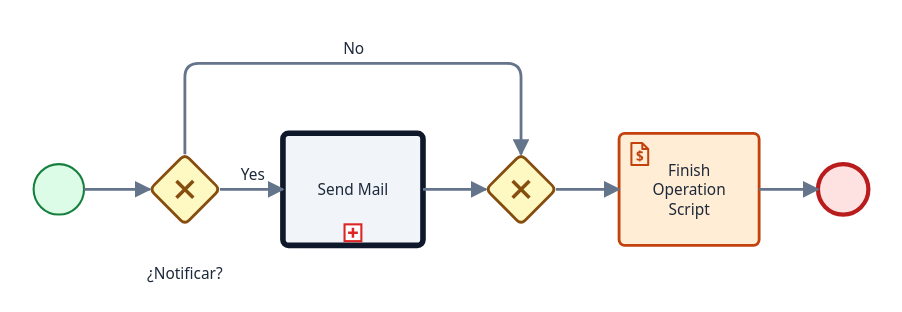
The BPMN diagram operations/134_Finish Operation Process.svg in acarvajalperez/bpmn-diagrams, before a commit. Its source is kept beside it as operations/134_Finish Operation Process.bpmn. Ids are renumbered.
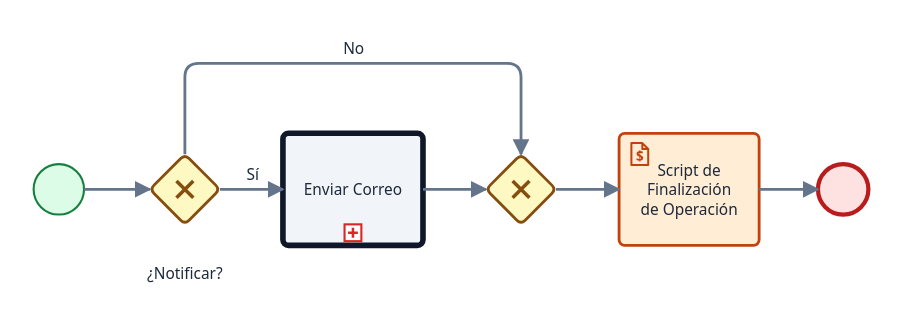
After the commit.

Change to the diagram source:
```diff
@@ -1,6 +1,6 @@
 <bpmn:definitions xmlns:bpmn="http://www.omg.org/spec/BPMN/20100524/MODEL" xmlns:bpmndi="http://www.omg.org/spec/BPMN/20100524/DI" xmlns:dc="http://www.omg.org/spec/DD/20100524/DC" xmlns:bioc="http://bpmn.io/schema/bpmn/biocolor/1.0" xmlns:color="http://www.omg.org/spec/BPMN/non-normative/color/1.0" xmlns:di="http://www.omg.org/spec/DD/20100524/DI" xmlns:zeebe="http://camunda.org/schema/zeebe/1.0" xmlns:xsi="http://www.w3.org/2001/XMLSchema-instance" xmlns:modeler="http://camunda.org/schema/modeler/1.0" id="Definitions_1" targetNamespace="http://bpmn.io/schema/bpmn" exporter="Camunda Modeler" exporterVersion="5.51.1" modeler:executionPlatform="Camunda Cloud" modeler:executionPlatformVersion="8.8.0">
   <bpmn:error id="Error_n1" name="EndOperationError" errorCode="1001" />
-  <bpmn:process id="process-finish-operation" name="Finish Operation Process" isExecutable="true">
+  <bpmn:process id="process-finish-operation" name="Proceso de Finalización de Operación" isExecutable="true">
     <bpmn:exclusiveGateway id="Gateway_n2" name="¿Notificar?">
       <bpmn:incoming>Flow_n3</bpmn:incoming>
       <bpmn:outgoing>Flow_n4</bpmn:outgoing>
@@ -17,7 +17,7 @@
       </bpmn:extensionElements>
       <bpmn:outgoing>Flow_n3</bpmn:outgoing>
     </bpmn:startEvent>
-    <bpmn:scriptTask id="finish-operation-script" name="Finish Operation Script">
+    <bpmn:scriptTask id="finish-operation-script" name="Script de Finalización de Operación">
       <bpmn:extensionElements>
         <zeebe:script expression="=true" resultVariable="salida" />
       </bpmn:extensionElements>
@@ -32,7 +32,7 @@
       <bpmn:extensionElements />
       <bpmn:conditionExpression xsi:type="bpmn:tFormalExpression">=notify_end_operation = false</bpmn:conditionExpression>
     </bpmn:sequenceFlow>
-    <bpmn:callActivity id="Activity_n12" name="Send Mail">
+    <bpmn:callActivity id="Activity_n12" name="Enviar Correo">
       <bpmn:extensionElements>
         <zeebe:calledElement processId="send-email-process" propagateAllChildVariables="false" propagateAllParentVariables="false" />
         <zeebe:ioMapping>
@@ -42,7 +42,7 @@
       <bpmn:incoming>Flow_n4</bpmn:incoming>
       <bpmn:outgoing>Flow_n11</bpmn:outgoing>
     </bpmn:callActivity>
-    <bpmn:sequenceFlow id="Flow_n4" name="Yes" sourceRef="Gateway_n2" targetRef="Activity_n12">
+    <bpmn:sequenceFlow id="Flow_n4" name="Sí" sourceRef="Gateway_n2" targetRef="Activity_n12">
       <bpmn:conditionExpression xsi:type="bpmn:tFormalExpression">=notify_end_operation = true</bpmn:conditionExpression>
     </bpmn:sequenceFlow>
     <bpmn:exclusiveGateway id="Gateway_n10">
```
